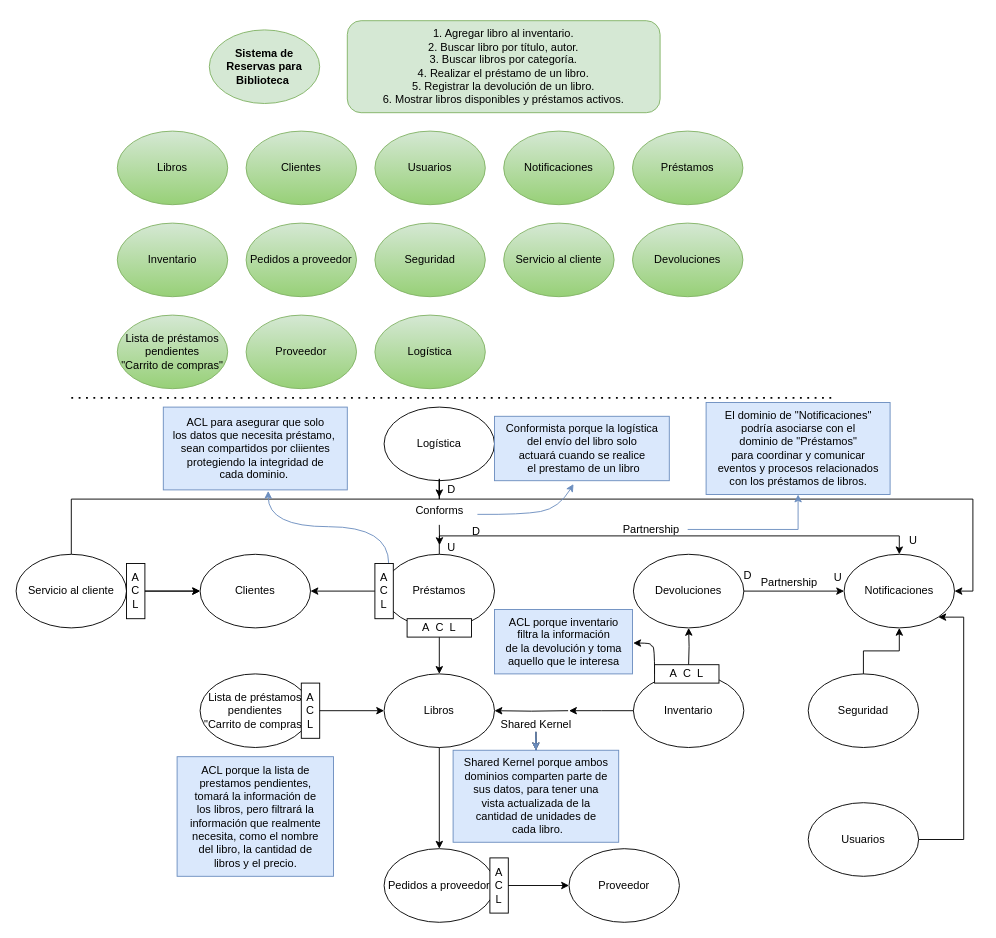
Above: page "Modelado estratégico" (1 of 2) of Biblioteca_Disenio.drawio in andrescardo98/doo (draw.io), before the change. Source tidied: cells renumbered, new cells numbered last; positions are measured from the earlier drawing's top-left corner, leaving out a move shared by most shapes. Both pictures are drawn from the tidied source at 92%, with x=0, y=0 at pixel (16, 20).
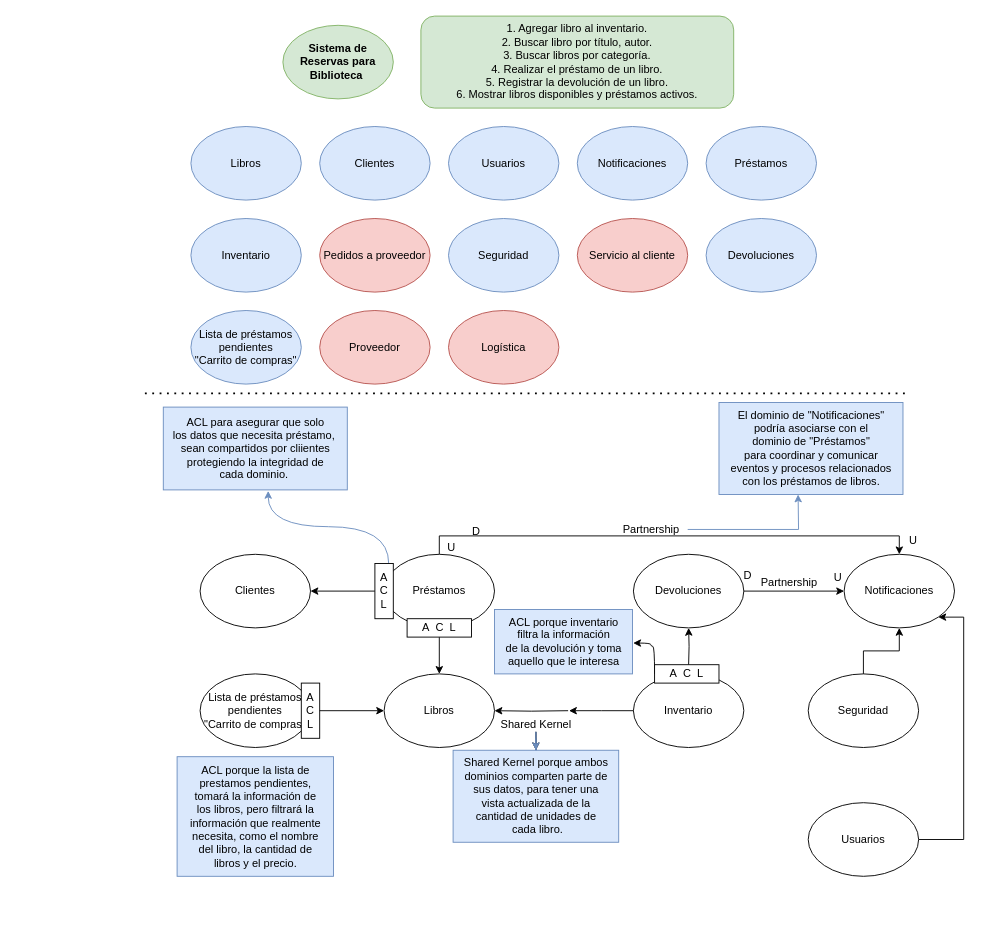
Above is the later version.

Unchanged cells that the change refers to:
```xml
<mxCell id="15" value="Libros" style="ellipse;whiteSpace=wrap;html=1;" parent="1" vertex="1">
  <mxGeometry x="400" y="710" width="120" height="80" as="geometry" />
</mxCell>
<mxCell id="27" value="Clientes" style="ellipse;whiteSpace=wrap;html=1;" parent="1" vertex="1">
  <mxGeometry x="200" y="580" width="120" height="80" as="geometry" />
</mxCell>
<mxCell id="39" value="Notificaciones" style="ellipse;whiteSpace=wrap;html=1;" parent="1" vertex="1">
  <mxGeometry x="900" y="580" width="120" height="80" as="geometry" />
</mxCell>
<mxCell id="71" value="Partnership" style="text;html=1;align=center;verticalAlign=middle;points=[];strokeColor=none;fillColor=none;" parent="1" vertex="1">
  <mxGeometry x="650" y="538" width="80" height="30" as="geometry" />
</mxCell>
```

Diff of the diagram source:
```diff
@@
     <mxCell id="2" value="&lt;b&gt;Sistema de Reservas para Biblioteca&amp;nbsp;&lt;/b&gt;" style="ellipse;whiteSpace=wrap;html=1;fillColor=#d5e8d4;strokeColor=#82b366;" parent="1" vertex="1">
-      <mxGeometry x="210" y="10" width="120" height="80" as="geometry" />
+      <mxGeometry x="290" y="5" width="120" height="80" as="geometry" />
     </mxCell>
-    <mxCell id="3" value="Libros" style="ellipse;whiteSpace=wrap;html=1;fillColor=#d5e8d4;strokeColor=#82b366;gradientColor=#97d077;" parent="1" vertex="1">
-      <mxGeometry x="110" y="120" width="120" height="80" as="geometry" />
+    <mxCell id="3" value="Libros" style="ellipse;whiteSpace=wrap;html=1;fillColor=#dae8fc;strokeColor=#6c8ebf;" parent="1" vertex="1">
+      <mxGeometry x="190" y="115" width="120" height="80" as="geometry" />
     </mxCell>
-    <mxCell id="4" value="Clientes" style="ellipse;whiteSpace=wrap;html=1;fillColor=#d5e8d4;strokeColor=#82b366;gradientColor=#97d077;" parent="1" vertex="1">
-      <mxGeometry x="250" y="120" width="120" height="80" as="geometry" />
+    <mxCell id="4" value="Clientes" style="ellipse;whiteSpace=wrap;html=1;fillColor=#dae8fc;strokeColor=#6c8ebf;" parent="1" vertex="1">
+      <mxGeometry x="330" y="115" width="120" height="80" as="geometry" />
     </mxCell>
-    <mxCell id="5" value="Usuarios" style="ellipse;whiteSpace=wrap;html=1;fillColor=#d5e8d4;strokeColor=#82b366;gradientColor=#97d077;" parent="1" vertex="1">
-      <mxGeometry x="390" y="120" width="120" height="80" as="geometry" />
+    <mxCell id="5" value="Usuarios" style="ellipse;whiteSpace=wrap;html=1;fillColor=#dae8fc;strokeColor=#6c8ebf;" parent="1" vertex="1">
+      <mxGeometry x="470" y="115" width="120" height="80" as="geometry" />
     </mxCell>
-    <mxCell id="6" value="Notificaciones" style="ellipse;whiteSpace=wrap;html=1;fillColor=#d5e8d4;strokeColor=#82b366;gradientColor=#97d077;" parent="1" vertex="1">
-      <mxGeometry x="530" y="120" width="120" height="80" as="geometry" />
+    <mxCell id="6" value="Notificaciones" style="ellipse;whiteSpace=wrap;html=1;fillColor=#dae8fc;strokeColor=#6c8ebf;" parent="1" vertex="1">
+      <mxGeometry x="610" y="115" width="120" height="80" as="geometry" />
     </mxCell>
-    <mxCell id="7" value="Préstamos" style="ellipse;whiteSpace=wrap;html=1;fillColor=#d5e8d4;strokeColor=#82b366;gradientColor=#97d077;" parent="1" vertex="1">
-      <mxGeometry x="670" y="120" width="120" height="80" as="geometry" />
+    <mxCell id="7" value="Préstamos" style="ellipse;whiteSpace=wrap;html=1;fillColor=#dae8fc;strokeColor=#6c8ebf;" parent="1" vertex="1">
+      <mxGeometry x="750" y="115" width="120" height="80" as="geometry" />
     </mxCell>
-    <mxCell id="8" value="Inventario" style="ellipse;whiteSpace=wrap;html=1;fillColor=#d5e8d4;strokeColor=#82b366;gradientColor=#97d077;" parent="1" vertex="1">
-      <mxGeometry x="110" y="220" width="120" height="80" as="geometry" />
+    <mxCell id="8" value="Inventario" style="ellipse;whiteSpace=wrap;html=1;fillColor=#dae8fc;strokeColor=#6c8ebf;" parent="1" vertex="1">
+      <mxGeometry x="190" y="215" width="120" height="80" as="geometry" />
     </mxCell>
-    <mxCell id="9" value="Pedidos a proveedor" style="ellipse;whiteSpace=wrap;html=1;fillColor=#d5e8d4;strokeColor=#82b366;gradientColor=#97d077;" parent="1" vertex="1">
-      <mxGeometry x="250" y="220" width="120" height="80" as="geometry" />
+    <mxCell id="9" value="Pedidos a proveedor" style="ellipse;whiteSpace=wrap;html=1;fillColor=#f8cecc;strokeColor=#b85450;" parent="1" vertex="1">
+      <mxGeometry x="330" y="215" width="120" height="80" as="geometry" />
     </mxCell>
-    <mxCell id="10" value="Seguridad" style="ellipse;whiteSpace=wrap;html=1;fillColor=#d5e8d4;strokeColor=#82b366;gradientColor=#97d077;" parent="1" vertex="1">
-      <mxGeometry x="390" y="220" width="120" height="80" as="geometry" />
+    <mxCell id="10" value="Seguridad" style="ellipse;whiteSpace=wrap;html=1;fillColor=#dae8fc;strokeColor=#6c8ebf;" parent="1" vertex="1">
+      <mxGeometry x="470" y="215" width="120" height="80" as="geometry" />
     </mxCell>
     <mxCell id="11" value="1. Agregar libro al inventario.&lt;br&gt;2. Buscar libro por título, autor.&lt;br&gt;3. Buscar libros por categoría.&lt;br&gt;4. Realizar el préstamo de un libro.&lt;br&gt;5. Registrar la devolución de un libro.&lt;br&gt;6. Mostrar libros disponibles y préstamos activos." style="rounded=1;whiteSpace=wrap;html=1;fillColor=#d5e8d4;strokeColor=#82b366;" parent="1" vertex="1">
-      <mxGeometry x="360" width="340" height="100" as="geometry" />
+      <mxGeometry x="440" y="-5" width="340" height="100" as="geometry" />
     </mxCell>
-    <mxCell id="12" value="Servicio al cliente" style="ellipse;whiteSpace=wrap;html=1;fillColor=#d5e8d4;strokeColor=#82b366;gradientColor=#97d077;" parent="1" vertex="1">
-      <mxGeometry x="530" y="220" width="120" height="80" as="geometry" />
+    <mxCell id="12" value="Servicio al cliente" style="ellipse;whiteSpace=wrap;html=1;fillColor=#f8cecc;strokeColor=#b85450;" parent="1" vertex="1">
+      <mxGeometry x="610" y="215" width="120" height="80" as="geometry" />
     </mxCell>
     <mxCell id="13" style="endArrow=none;dashed=1;html=1;dashPattern=1 3;strokeWidth=2;rounded=0;" parent="1" edge="1">
       <mxGeometry relative="1" as="geometry">
-        <mxPoint x="60" y="410" as="sourcePoint" />
-        <mxPoint x="890" y="410" as="targetPoint" />
+        <mxPoint x="140" y="405" as="sourcePoint" />
+        <mxPoint x="970" y="405" as="targetPoint" />
       </mxGeometry>
     </mxCell>
-    <mxCell id="14" style="edgeStyle=orthogonalEdgeStyle;rounded=0;jettySize=auto;html=1;exitX=0.5;exitY=1;exitDx=0;exitDy=0;entryX=0.5;entryY=0;entryDx=0;entryDy=0;" parent="1" edge="1" source="15" target="37">
-      <mxGeometry relative="1" as="geometry" />
-    </mxCell>
@@
-    <mxCell id="19" value="Lista de préstamos pendientes&lt;br style=&quot;border-color: var(--border-color);&quot;&gt;&quot;Carrito de compras&quot;" style="ellipse;whiteSpace=wrap;html=1;fillColor=#d5e8d4;strokeColor=#82b366;gradientColor=#97d077;" parent="1" vertex="1">
-      <mxGeometry x="110" y="320" width="120" height="80" as="geometry" />
+    <mxCell id="19" value="Lista de préstamos pendientes&lt;br style=&quot;border-color: var(--border-color);&quot;&gt;&quot;Carrito de compras&quot;" style="ellipse;whiteSpace=wrap;html=1;fillColor=#dae8fc;strokeColor=#6c8ebf;" parent="1" vertex="1">
+      <mxGeometry x="190" y="315" width="120" height="80" as="geometry" />
     </mxCell>
@@
-    <mxCell id="26" value="Proveedor" style="ellipse;whiteSpace=wrap;html=1;fillColor=#d5e8d4;strokeColor=#82b366;gradientColor=#97d077;" parent="1" vertex="1">
-      <mxGeometry x="250" y="320" width="120" height="80" as="geometry" />
+    <mxCell id="26" value="Proveedor" style="ellipse;whiteSpace=wrap;html=1;fillColor=#f8cecc;strokeColor=#b85450;" parent="1" vertex="1">
+      <mxGeometry x="330" y="315" width="120" height="80" as="geometry" />
     </mxCell>
@@
-    <mxCell id="28" style="edgeStyle=orthogonalEdgeStyle;rounded=0;jettySize=auto;html=1;exitX=0.5;exitY=0;exitDx=0;exitDy=0;entryX=1;entryY=0.5;entryDx=0;entryDy=0;" parent="1" edge="1" source="30" target="39">
-      <mxGeometry relative="1" as="geometry">
-        <Array as="points">
-          <mxPoint x="60" y="520" />
-          <mxPoint x="1040" y="520" />
-          <mxPoint x="1040" y="620" />
-        </Array>
-      </mxGeometry>
-    </mxCell>
-    <mxCell id="29" style="edgeStyle=orthogonalEdgeStyle;rounded=0;jettySize=auto;html=1;" parent="1" edge="1" source="30" target="27">
-      <mxGeometry relative="1" as="geometry" />
-    </mxCell>
-    <mxCell id="30" value="Servicio al cliente" style="ellipse;whiteSpace=wrap;html=1;" parent="1" vertex="1">
-      <mxGeometry y="580" width="120" height="80" as="geometry" />
-    </mxCell>
-    <mxCell id="31" style="edgeStyle=orthogonalEdgeStyle;rounded=0;jettySize=auto;html=1;exitX=1;exitY=0.5;exitDx=0;exitDy=0;entryX=0;entryY=0.5;entryDx=0;entryDy=0;" parent="1" edge="1" source="32" target="27">
-      <mxGeometry relative="1" as="geometry" />
-    </mxCell>
-    <mxCell id="32" value="A&lt;br&gt;C&lt;br&gt;L" style="rounded=0;whiteSpace=wrap;html=1;" parent="1" vertex="1">
-      <mxGeometry x="120" y="590" width="20" height="60" as="geometry" />
-    </mxCell>
-    <mxCell id="33" value="Devoluciones" style="ellipse;whiteSpace=wrap;html=1;fillColor=#d5e8d4;strokeColor=#82b366;gradientColor=#97d077;" parent="1" vertex="1">
-      <mxGeometry x="670" y="220" width="120" height="80" as="geometry" />
+    <mxCell id="33" value="Devoluciones" style="ellipse;whiteSpace=wrap;html=1;fillColor=#dae8fc;strokeColor=#6c8ebf;" parent="1" vertex="1">
+      <mxGeometry x="750" y="215" width="120" height="80" as="geometry" />
     </mxCell>
@@
-    <mxCell id="36" style="edgeStyle=orthogonalEdgeStyle;rounded=0;jettySize=auto;html=1;exitX=1;exitY=0.5;exitDx=0;exitDy=0;entryX=0;entryY=0.5;entryDx=0;entryDy=0;" parent="1" edge="1" source="37" target="38">
-      <mxGeometry relative="1" as="geometry" />
-    </mxCell>
-    <mxCell id="37" value="Pedidos a proveedor" style="ellipse;whiteSpace=wrap;html=1;" parent="1" vertex="1">
-      <mxGeometry x="400" y="900" width="120" height="80" as="geometry" />
-    </mxCell>
-    <mxCell id="38" value="Proveedor" style="ellipse;whiteSpace=wrap;html=1;" parent="1" vertex="1">
-      <mxGeometry x="601" y="900" width="120" height="80" as="geometry" />
-    </mxCell>
@@
-    <mxCell id="46" value="Logística" style="ellipse;whiteSpace=wrap;html=1;fillColor=#d5e8d4;strokeColor=#82b366;gradientColor=#97d077;" parent="1" vertex="1">
-      <mxGeometry x="390" y="320" width="120" height="80" as="geometry" />
+    <mxCell id="46" value="Logística" style="ellipse;whiteSpace=wrap;html=1;fillColor=#f8cecc;strokeColor=#b85450;" parent="1" vertex="1">
+      <mxGeometry x="470" y="315" width="120" height="80" as="geometry" />
     </mxCell>
-    <mxCell id="47" style="edgeStyle=orthogonalEdgeStyle;rounded=0;jettySize=auto;html=1;exitX=0.5;exitY=1;exitDx=0;exitDy=0;" parent="1" edge="1" source="50">
-      <mxGeometry relative="1" as="geometry">
-        <mxPoint x="460.3" y="570" as="targetPoint" />
-      </mxGeometry>
-    </mxCell>
-    <mxCell id="48" value="Logística" style="ellipse;whiteSpace=wrap;html=1;" parent="1" vertex="1">
-      <mxGeometry x="400" y="420" width="120" height="80" as="geometry" />
-    </mxCell>
-    <mxCell id="49" style="edgeStyle=orthogonalEdgeStyle;rounded=0;jettySize=auto;html=1;exitX=0.5;exitY=1;exitDx=0;exitDy=0;" parent="1" edge="1" source="48" target="50">
-      <mxGeometry relative="1" as="geometry" />
-    </mxCell>
-    <mxCell id="50" value="Conforms" style="text;html=1;align=center;verticalAlign=middle;points=[];strokeColor=none;fillColor=none;" parent="1" vertex="1">
-      <mxGeometry x="420" y="518" width="80" height="30" as="geometry" />
-    </mxCell>
@@
-    <mxCell id="52" value="Conformista porque la logística &lt;br&gt;del envío del libro solo &lt;br&gt;actuará cuando se realice&lt;br&gt;&amp;nbsp;el prestamo de un libro" style="text;html=1;align=center;verticalAlign=middle;points=[];strokeColor=#6c8ebf;fillColor=#dae8fc;" parent="1" vertex="1">
-      <mxGeometry x="520" y="430" width="190" height="70" as="geometry" />
-    </mxCell>
-    <mxCell id="53" style="curved=1;endArrow=classic;html=1;rounded=0;exitX=1.018;exitY=0.62;exitDx=0;exitDy=0;exitPerimeter=0;entryX=0.452;entryY=1.052;entryDx=0;entryDy=0;entryPerimeter=0;fillColor=#dae8fc;strokeColor=#6c8ebf;" parent="1" edge="1" source="50" target="52">
-      <mxGeometry relative="1" as="geometry">
-        <Array as="points">
-          <mxPoint x="550" y="537" />
-          <mxPoint x="590" y="530" />
-        </Array>
-      </mxGeometry>
-    </mxCell>
@@
-    <mxCell id="64" value="D" style="text;html=1;align=center;verticalAlign=middle;strokeColor=none;fillColor=none;" parent="1" vertex="1">
-      <mxGeometry x="458" y="495" width="30" height="30" as="geometry" />
-    </mxCell>
@@
-    <mxCell id="69" value="A&lt;br&gt;C&lt;br&gt;L" style="rounded=0;whiteSpace=wrap;html=1;" parent="1" vertex="1">
-      <mxGeometry x="515" y="910" width="20" height="60" as="geometry" />
-    </mxCell>
-    <mxCell id="70" style="edgeStyle=orthogonalEdgeStyle;rounded=0;jettySize=auto;html=1;fillColor=#dae8fc;strokeColor=#6c8ebf;" parent="1" edge="1" source="71" target="72">
-      <mxGeometry relative="1" as="geometry" />
+    <mxCell id="70" style="edgeStyle=orthogonalEdgeStyle;rounded=0;jettySize=auto;html=1;fillColor=#dae8fc;strokeColor=#6c8ebf;" parent="1" edge="1" source="71">
+      <mxGeometry relative="1" as="geometry">
+        <mxPoint x="850" y="515" as="targetPoint" />
+      </mxGeometry>
     </mxCell>
@@
     <mxCell id="72" value=" El dominio de &quot;Notificaciones&quot; &lt;br&gt;podría asociarse con el &lt;br&gt;dominio de &quot;Préstamos&quot; &lt;br&gt;para coordinar y comunicar &lt;br&gt;eventos y procesos relacionados &lt;br&gt;con los préstamos de libros." style="text;html=1;align=center;verticalAlign=middle;points=[];strokeColor=#6c8ebf;fillColor=#dae8fc;" parent="1" vertex="1">
-      <mxGeometry x="750" y="415" width="200" height="100" as="geometry" />
+      <mxGeometry x="764" y="415" width="200" height="100" as="geometry" />
     </mxCell>
```
